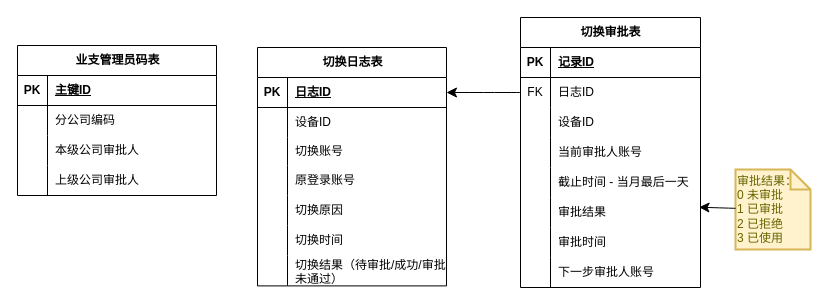
The draw.io diagram page "切换审批数据模型" (21 of 22) of 系统功能流程图/铁塔4A2024.drawio in 158698706/tt4a, before the edit. Source tidied: cells renumbered, new cells numbered last; positions are measured from the earlier drawing's top-left corner, leaving out a move shared by most shapes. Both pictures are drawn from the tidied source at 100%, with x=0, y=0 at pixel (17, 17).
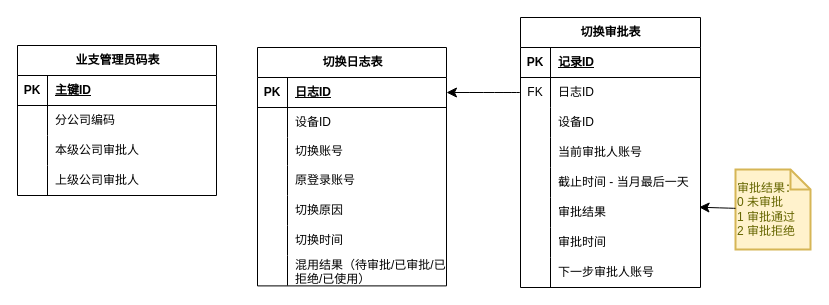
The same diagram, later.

The change refers to these unchanged cells:
```xml
<mxCell id="21" style="shape=tableRow;horizontal=0;startSize=0;swimlaneHead=0;swimlaneBody=0;fillColor=none;top=0;left=0;right=0;bottom=0;" parent="2" vertex="1">
  <mxGeometry y="208" width="189" height="30" as="geometry" />
</mxCell>
```

The edit, as a diff of the source:
```diff
@@
-    <mxCell id="23" value="切换结果（待审批/成功/审批未通过）" style="shape=partialRectangle;fillColor=none;top=0;left=0;bottom=0;right=0;align=left;spacingLeft=6;overflow=hidden;whiteSpace=wrap;html=1;" parent="21" vertex="1">
+    <mxCell id="23" value="混用结果（待审批/已审批/已拒绝/已使用）" style="shape=partialRectangle;fillColor=none;top=0;left=0;bottom=0;right=0;align=left;spacingLeft=6;overflow=hidden;whiteSpace=wrap;html=1;" parent="21" vertex="1">
       <mxGeometry x="30" width="159" height="30" as="geometry" />
     </mxCell>
@@
-    <mxCell id="50" value="审批结果：&lt;div&gt;&lt;div&gt;0 未审批&lt;/div&gt;&lt;/div&gt;&lt;div&gt;1 已审批&lt;/div&gt;&lt;div&gt;2 已拒绝&lt;/div&gt;&lt;div&gt;3 已使用&lt;/div&gt;" style="shape=note;strokeWidth=2;fontSize=12;size=20;whiteSpace=wrap;html=1;fillColor=#fff2cc;strokeColor=#d6b656;fontColor=#666600;align=left;" parent="1" vertex="1">
+    <mxCell id="50" value="审批结果：&lt;div&gt;0 未审批&lt;/div&gt;&lt;div&gt;1 审批通过&lt;/div&gt;&lt;div&gt;2 审批拒绝&lt;/div&gt;" style="shape=note;strokeWidth=2;fontSize=12;size=20;whiteSpace=wrap;html=1;fillColor=#fff2cc;strokeColor=#d6b656;fontColor=#666600;align=left;" parent="1" vertex="1">
       <mxGeometry x="718" y="152" width="75" height="80" as="geometry" />
     </mxCell>
```
